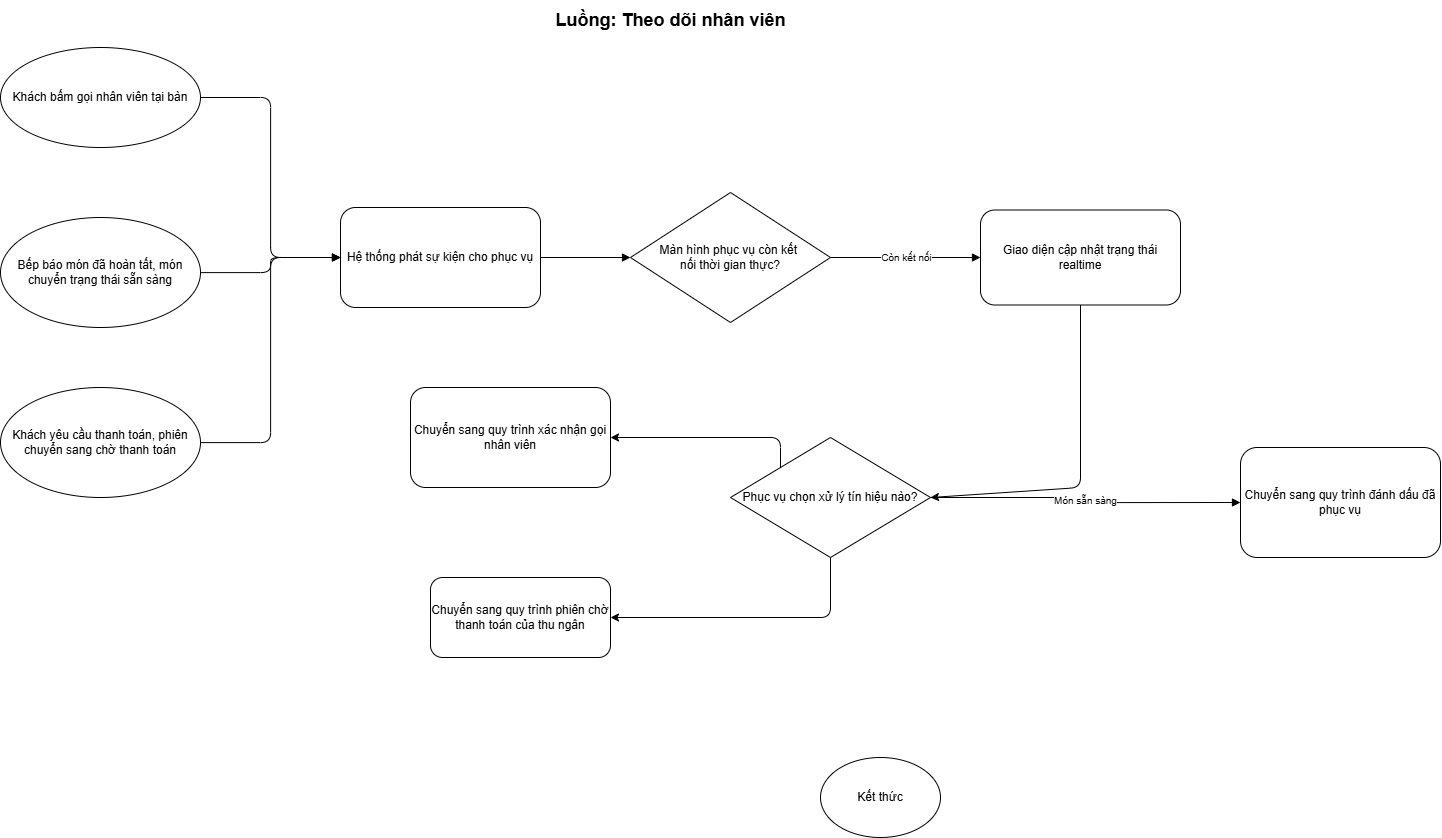
Before: docs/business-process-theo-doi-tin-hieu.png, a diagram exported from draw.io (thanhhoa3514/restaurant-management). Source tidied: cells renumbered, new cells last; positions are measured from the earlier drawing's top-left corner, leaving out a move shared by most shapes.
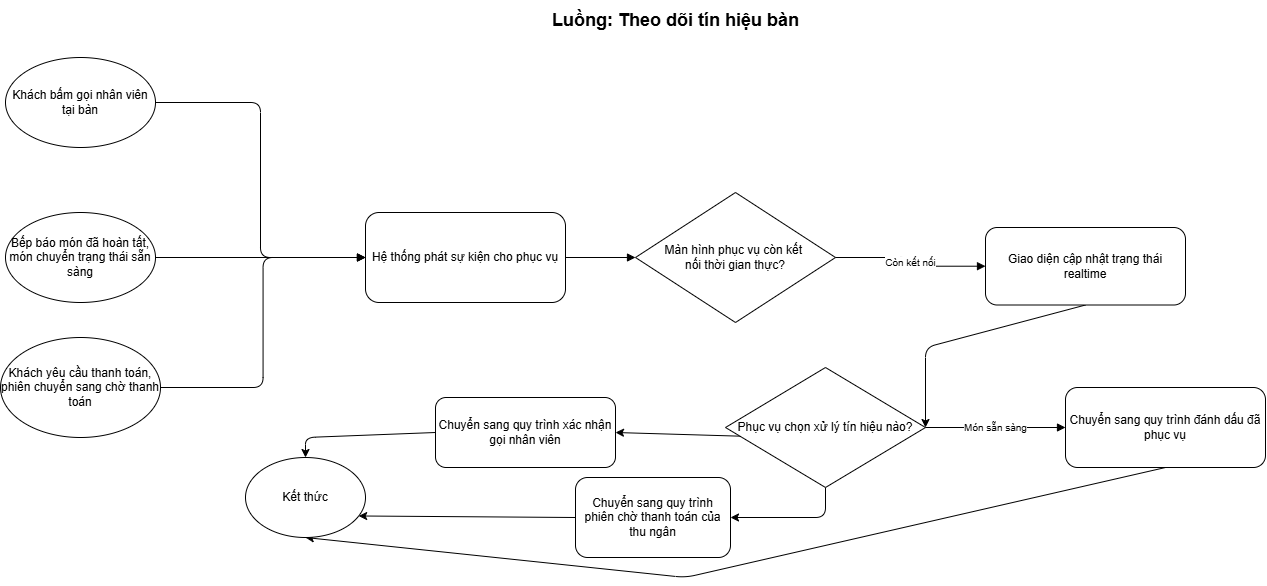
Above is the later version.

Change to the diagram source:
```diff
@@ -3,16 +3,16 @@
     <mxCell id="0" />
     <mxCell id="1" parent="0" />
     <mxCell id="2" value="Khách bấm gọi nhân viên tại bàn" style="ellipse;whiteSpace=wrap;html=1;fillColor=#ffffff;strokeColor=#000000;" parent="1" vertex="1">
-      <mxGeometry y="47" width="200" height="100" as="geometry" />
+      <mxGeometry y="57" width="150" height="90" as="geometry" />
     </mxCell>
     <mxCell id="3" value="Bếp báo món đã hoàn tất, món chuyển trạng thái sẵn sàng" style="ellipse;whiteSpace=wrap;html=1;fillColor=#ffffff;strokeColor=#000000;" parent="1" vertex="1">
-      <mxGeometry y="217" width="200" height="110" as="geometry" />
+      <mxGeometry y="212" width="150" height="90" as="geometry" />
     </mxCell>
     <mxCell id="4" value="Khách yêu cầu thanh toán, phiên chuyển sang chờ thanh toán" style="ellipse;whiteSpace=wrap;html=1;fillColor=#ffffff;strokeColor=#000000;" parent="1" vertex="1">
-      <mxGeometry y="387" width="200" height="110" as="geometry" />
+      <mxGeometry x="-5" y="337" width="160" height="100" as="geometry" />
     </mxCell>
     <mxCell id="5" value="Hệ thống phát sự kiện cho phục vụ" style="rounded=1;whiteSpace=wrap;html=1;fillColor=#ffffff;strokeColor=#000000;" parent="1" vertex="1">
-      <mxGeometry x="340" y="207" width="200" height="100" as="geometry" />
+      <mxGeometry x="360" y="212" width="200" height="90" as="geometry" />
     </mxCell>
     <mxCell id="6" value="Màn hình phục vụ còn kết&amp;nbsp;&lt;div&gt;nối thời gian thực?&lt;/div&gt;" style="rhombus;whiteSpace=wrap;html=1;fillColor=#ffffff;strokeColor=#000000;" parent="1" vertex="1">
       <mxGeometry x="630" y="192" width="200" height="130" as="geometry" />
@@ -20,17 +20,17 @@
     <mxCell id="7" style="edgeStyle=none;html=1;exitX=0.5;exitY=1;exitDx=0;exitDy=0;entryX=1;entryY=0.5;entryDx=0;entryDy=0;" parent="1" edge="1" source="8" target="11">
       <mxGeometry relative="1" as="geometry">
         <Array as="points">
-          <mxPoint x="1080" y="487" />
+          <mxPoint x="920" y="347" />
         </Array>
       </mxGeometry>
     </mxCell>
     <mxCell id="8" value="Giao diện cập nhật trạng thái realtime" style="rounded=1;whiteSpace=wrap;html=1;fillColor=#ffffff;strokeColor=#000000;" parent="1" vertex="1">
-      <mxGeometry x="980" y="209.5" width="200" height="95" as="geometry" />
+      <mxGeometry x="980" y="227" width="200" height="77.5" as="geometry" />
     </mxCell>
     <mxCell id="9" style="edgeStyle=none;html=1;exitX=0.5;exitY=1;exitDx=0;exitDy=0;entryX=1;entryY=0.5;entryDx=0;entryDy=0;" parent="1" edge="1" source="11" target="22">
       <mxGeometry relative="1" as="geometry">
         <Array as="points">
-          <mxPoint x="830" y="617" />
+          <mxPoint x="820" y="517" />
         </Array>
       </mxGeometry>
     </mxCell>
@@ -42,13 +42,27 @@
       </mxGeometry>
     </mxCell>
     <mxCell id="11" value="Phục vụ chọn xử lý tín hiệu nào?" style="rhombus;whiteSpace=wrap;html=1;fillColor=#ffffff;strokeColor=#000000;" parent="1" vertex="1">
-      <mxGeometry x="730" y="437" width="200" height="120" as="geometry" />
+      <mxGeometry x="720" y="367" width="200" height="120" as="geometry" />
     </mxCell>
+    <mxCell id="23" style="edgeStyle=none;html=1;exitX=0;exitY=0.5;exitDx=0;exitDy=0;entryX=0.5;entryY=0;entryDx=0;entryDy=0;" parent="1" edge="1" source="12" target="20">
+      <mxGeometry relative="1" as="geometry">
+        <Array as="points">
+          <mxPoint x="300" y="437" />
+        </Array>
+      </mxGeometry>
+    </mxCell>
     <mxCell id="12" value="Chuyển sang quy trình xác nhận gọi nhân viên" style="rounded=1;whiteSpace=wrap;html=1;fillColor=#ffffff;strokeColor=#000000;" parent="1" vertex="1">
-      <mxGeometry x="410" y="387" width="200" height="100" as="geometry" />
+      <mxGeometry x="430" y="397" width="180" height="70" as="geometry" />
     </mxCell>
+    <mxCell id="24" style="edgeStyle=none;html=1;exitX=0.5;exitY=1;exitDx=0;exitDy=0;entryX=0.5;entryY=1;entryDx=0;entryDy=0;" parent="1" edge="1" source="13" target="20">
+      <mxGeometry relative="1" as="geometry">
+        <Array as="points">
+          <mxPoint x="680" y="577" />
+        </Array>
+      </mxGeometry>
+    </mxCell>
     <mxCell id="13" value="Chuyển sang quy trình đánh dấu đã phục vụ" style="rounded=1;whiteSpace=wrap;html=1;fillColor=#ffffff;strokeColor=#000000;" parent="1" vertex="1">
-      <mxGeometry x="1240" y="447" width="200" height="110" as="geometry" />
+      <mxGeometry x="1060" y="387" width="200" height="80" as="geometry" />
     </mxCell>
     <mxCell id="14" style="edgeStyle=orthogonalEdgeStyle;rounded=1;html=1;endArrow=block;entryX=0;entryY=0.5;entryDx=0;entryDy=0;" parent="1" edge="1" source="2" target="5">
       <mxGeometry relative="1" as="geometry" />
@@ -69,13 +83,16 @@
       <mxGeometry relative="1" as="geometry" />
     </mxCell>
     <mxCell id="20" value="Kết thức" style="ellipse;whiteSpace=wrap;html=1;" parent="1" vertex="1">
-      <mxGeometry x="820" y="757" width="120" height="80" as="geometry" />
+      <mxGeometry x="240" y="457" width="120" height="80" as="geometry" />
     </mxCell>
-    <mxCell id="21" value="&lt;b&gt;&lt;font style=&quot;font-size: 18px;&quot;&gt;Luồng: Theo dõi nhân viên&lt;/font&gt;&lt;/b&gt;" style="text;html=1;align=center;verticalAlign=middle;strokeColor=none;fillColor=none;" parent="1" vertex="1">
-      <mxGeometry x="545" width="250" height="40" as="geometry" />
+    <mxCell id="21" value="&lt;b&gt;&lt;font style=&quot;font-size: 18px;&quot;&gt;Luồng: Theo dõi tín hiệu bàn&lt;/font&gt;&lt;/b&gt;" style="text;html=1;align=center;verticalAlign=middle;strokeColor=none;fillColor=none;" parent="1" vertex="1">
+      <mxGeometry x="535" width="270" height="40" as="geometry" />
     </mxCell>
     <mxCell id="22" value="&lt;span style=&quot;color: rgb(0, 0, 0);&quot;&gt;Chuyển sang quy trình phiên chờ thanh toán của thu ngân&lt;/span&gt;" style="rounded=1;whiteSpace=wrap;html=1;" parent="1" vertex="1">
-      <mxGeometry x="430" y="577" width="180" height="80" as="geometry" />
+      <mxGeometry x="570" y="477" width="155" height="80" as="geometry" />
     </mxCell>
+    <mxCell id="25" style="edgeStyle=none;html=1;exitX=0;exitY=0.5;exitDx=0;exitDy=0;entryX=0.943;entryY=0.731;entryDx=0;entryDy=0;entryPerimeter=0;" parent="1" edge="1" source="22" target="20">
+      <mxGeometry relative="1" as="geometry" />
+    </mxCell>
   </root>
 </mxGraphModel>
```
